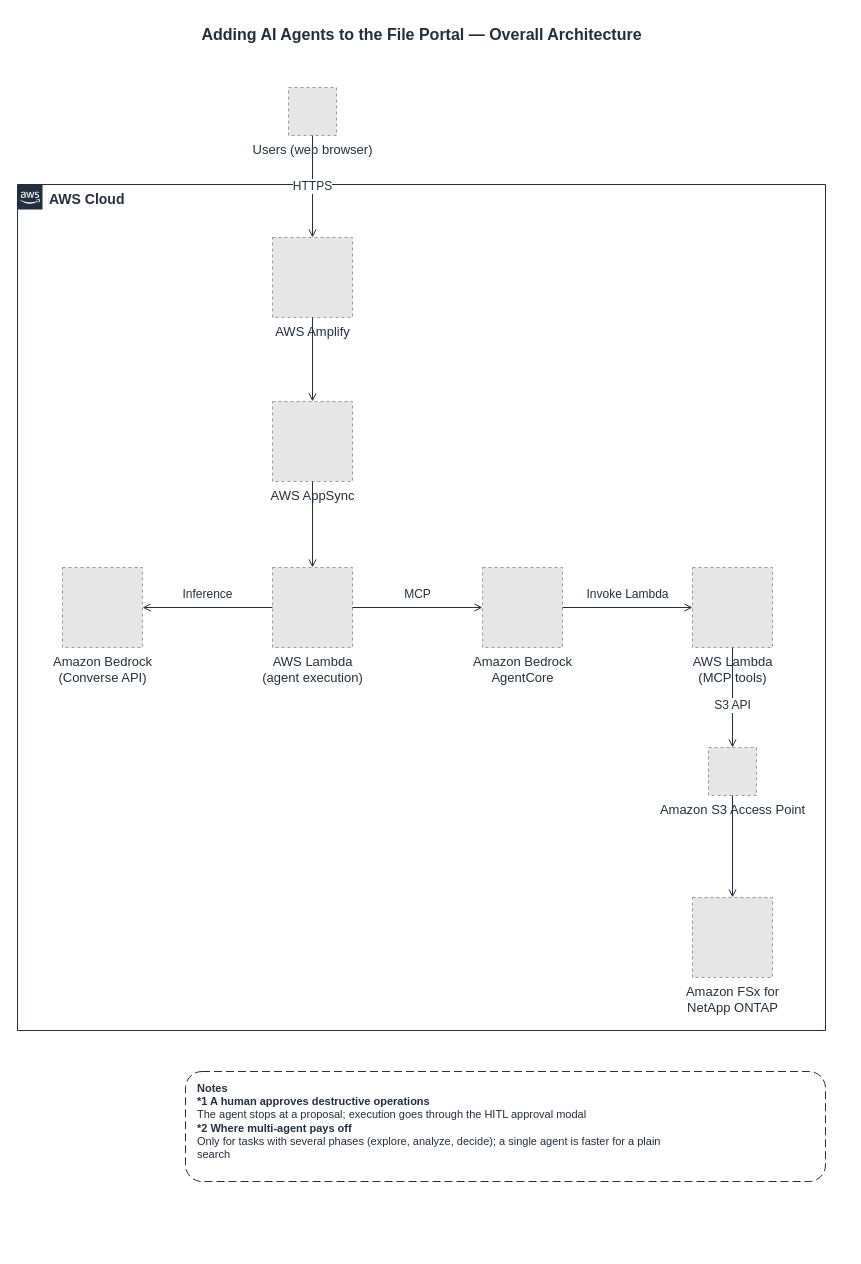
Earlier version of the draw.io diagram docs/diagrams/part3-ai-agent-overview-en.drawio (Yoshiki0705/FSx-for-ONTAP-S3AccessPoints-Serverless-Patterns). Source tidied: cells renumbered, new cells numbered last; positions are measured from the earlier drawing's top-left corner, leaving out a move shared by most shapes. Both pictures are drawn from the tidied source at 100%, with x=0, y=0 at pixel (17, 17). Pictures stored in the file or linked from it are replaced by grey dashed boxes.
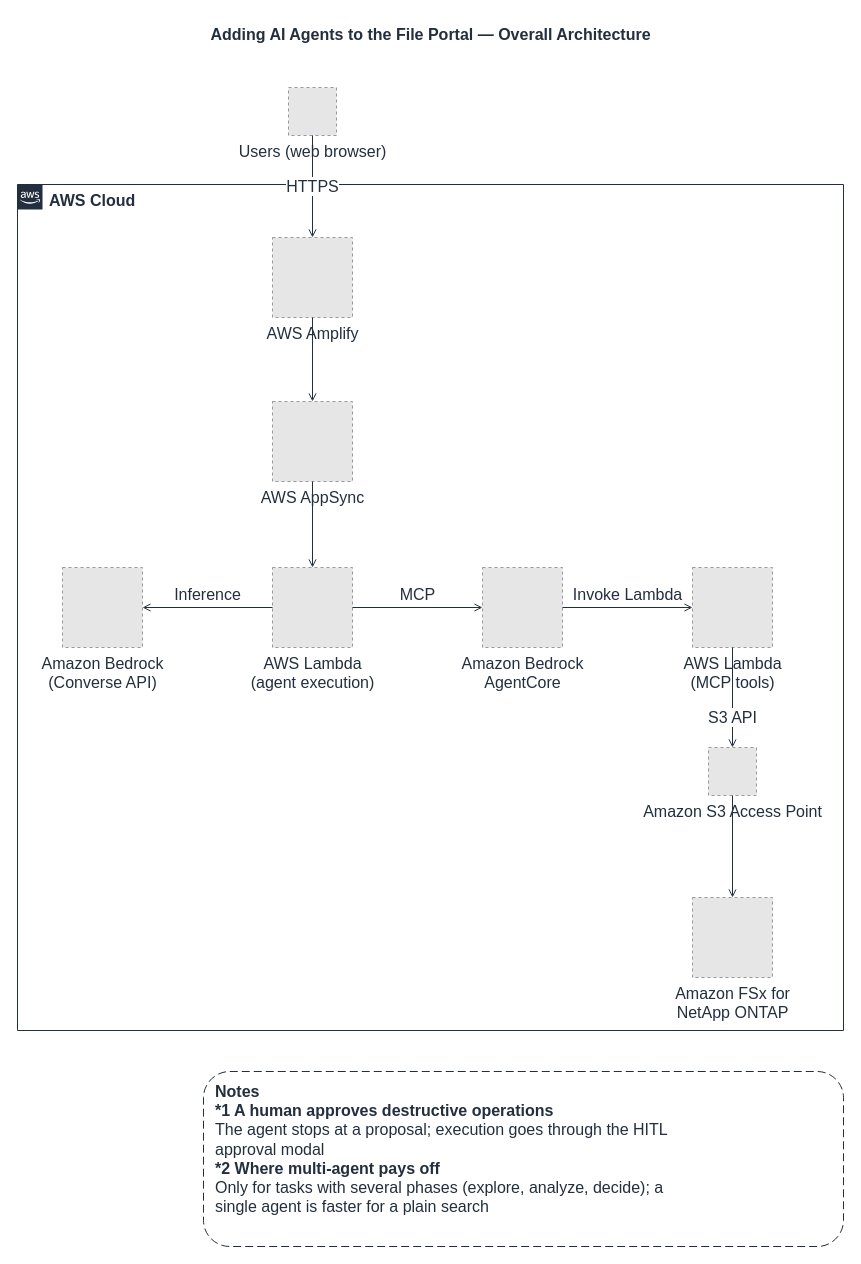
The same diagram, later.

Diff of the diagram source:
```diff
@@
     <mxCell id="2" value="Adding AI Agents to the File Portal — Overall Architecture" style="text;html=1;align=center;verticalAlign=middle;fontSize=16;fontStyle=1;fontColor=#232F3E;" parent="1" vertex="1">
-      <mxGeometry width="808" height="34" as="geometry" />
+      <mxGeometry width="826" height="34" as="geometry" />
     </mxCell>
-    <mxCell id="3" value="AWS Cloud" style="gradientColor=none;html=1;whiteSpace=wrap;fontSize=14;fontStyle=1;shape=mxgraph.aws4.group;grIcon=mxgraph.aws4.group_aws_cloud_alt;strokeColor=#232F3E;fillColor=none;verticalAlign=top;align=left;spacingLeft=30;fontColor=#232F3E;dashed=0;" parent="1" vertex="1">
-      <mxGeometry y="167" width="808" height="846" as="geometry" />
+    <mxCell id="3" value="AWS Cloud" style="gradientColor=none;html=1;whiteSpace=wrap;fontSize=16;fontStyle=1;shape=mxgraph.aws4.group;grIcon=mxgraph.aws4.group_aws_cloud_alt;strokeColor=#232F3E;fillColor=none;verticalAlign=top;align=left;spacingLeft=30;fontColor=#232F3E;dashed=0;" parent="1" vertex="1">
+      <mxGeometry y="167" width="826" height="846" as="geometry" />
     </mxCell>
-    <mxCell id="4" value="Users (web browser)" style="fillColor=#E6E6E6;strokeColor=#999999;dashed=1;html=1;verticalLabelPosition=bottom;verticalAlign=top;labelPosition=center;align=center;fontSize=13;fontColor=#232F3E;" parent="1" vertex="1">
+    <mxCell id="4" value="Users (web browser)" style="fillColor=#E6E6E6;strokeColor=#999999;dashed=1;html=1;verticalLabelPosition=bottom;verticalAlign=top;labelPosition=center;align=center;fontSize=16;fontColor=#232F3E;" parent="1" vertex="1">
       <mxGeometry x="271" y="70" width="48" height="48" as="geometry" />
     </mxCell>
-    <mxCell id="5" value="AWS Amplify" style="fillColor=#E6E6E6;strokeColor=#999999;dashed=1;html=1;verticalLabelPosition=bottom;verticalAlign=top;labelPosition=center;align=center;fontSize=13;fontColor=#232F3E;" parent="1" vertex="1">
+    <mxCell id="5" value="AWS Amplify" style="fillColor=#E6E6E6;strokeColor=#999999;dashed=1;html=1;verticalLabelPosition=bottom;verticalAlign=top;labelPosition=center;align=center;fontSize=16;fontColor=#232F3E;" parent="1" vertex="1">
       <mxGeometry x="255" y="220" width="80" height="80" as="geometry" />
     </mxCell>
-    <mxCell id="6" value="AWS AppSync" style="fillColor=#E6E6E6;strokeColor=#999999;dashed=1;html=1;verticalLabelPosition=bottom;verticalAlign=top;labelPosition=center;align=center;fontSize=13;fontColor=#232F3E;" parent="1" vertex="1">
+    <mxCell id="6" value="AWS AppSync" style="fillColor=#E6E6E6;strokeColor=#999999;dashed=1;html=1;verticalLabelPosition=bottom;verticalAlign=top;labelPosition=center;align=center;fontSize=16;fontColor=#232F3E;" parent="1" vertex="1">
       <mxGeometry x="255" y="384" width="80" height="80" as="geometry" />
     </mxCell>
-    <mxCell id="7" value="Amazon Bedrock&lt;br&gt;(Converse API)" style="fillColor=#E6E6E6;strokeColor=#999999;dashed=1;html=1;verticalLabelPosition=bottom;verticalAlign=top;labelPosition=center;align=center;fontSize=13;fontColor=#232F3E;" parent="1" vertex="1">
+    <mxCell id="7" value="Amazon Bedrock&lt;br&gt;(Converse API)" style="fillColor=#E6E6E6;strokeColor=#999999;dashed=1;html=1;verticalLabelPosition=bottom;verticalAlign=top;labelPosition=center;align=center;fontSize=16;fontColor=#232F3E;" parent="1" vertex="1">
       <mxGeometry x="45" y="550" width="80" height="80" as="geometry" />
     </mxCell>
-    <mxCell id="8" value="AWS Lambda&lt;br&gt;(agent execution)" style="fillColor=#E6E6E6;strokeColor=#999999;dashed=1;html=1;verticalLabelPosition=bottom;verticalAlign=top;labelPosition=center;align=center;fontSize=13;fontColor=#232F3E;" parent="1" vertex="1">
+    <mxCell id="8" value="AWS Lambda&lt;br&gt;(agent execution)" style="fillColor=#E6E6E6;strokeColor=#999999;dashed=1;html=1;verticalLabelPosition=bottom;verticalAlign=top;labelPosition=center;align=center;fontSize=16;fontColor=#232F3E;" parent="1" vertex="1">
       <mxGeometry x="255" y="550" width="80" height="80" as="geometry" />
     </mxCell>
-    <mxCell id="9" value="Amazon Bedrock&lt;br&gt;AgentCore" style="fillColor=#E6E6E6;strokeColor=#999999;dashed=1;html=1;verticalLabelPosition=bottom;verticalAlign=top;labelPosition=center;align=center;fontSize=13;fontColor=#232F3E;" parent="1" vertex="1">
+    <mxCell id="9" value="Amazon Bedrock&lt;br&gt;AgentCore" style="fillColor=#E6E6E6;strokeColor=#999999;dashed=1;html=1;verticalLabelPosition=bottom;verticalAlign=top;labelPosition=center;align=center;fontSize=16;fontColor=#232F3E;" parent="1" vertex="1">
       <mxGeometry x="465" y="550" width="80" height="80" as="geometry" />
     </mxCell>
-    <mxCell id="10" value="AWS Lambda&lt;br&gt;(MCP tools)" style="fillColor=#E6E6E6;strokeColor=#999999;dashed=1;html=1;verticalLabelPosition=bottom;verticalAlign=top;labelPosition=center;align=center;fontSize=13;fontColor=#232F3E;" parent="1" vertex="1">
+    <mxCell id="10" value="AWS Lambda&lt;br&gt;(MCP tools)" style="fillColor=#E6E6E6;strokeColor=#999999;dashed=1;html=1;verticalLabelPosition=bottom;verticalAlign=top;labelPosition=center;align=center;fontSize=16;fontColor=#232F3E;" parent="1" vertex="1">
       <mxGeometry x="675" y="550" width="80" height="80" as="geometry" />
     </mxCell>
-    <mxCell id="11" value="Amazon S3 Access Point" style="fillColor=#E6E6E6;strokeColor=#999999;dashed=1;html=1;verticalLabelPosition=bottom;verticalAlign=top;labelPosition=center;align=center;fontSize=13;fontColor=#232F3E;" parent="1" vertex="1">
+    <mxCell id="11" value="Amazon S3 Access Point" style="fillColor=#E6E6E6;strokeColor=#999999;dashed=1;html=1;verticalLabelPosition=bottom;verticalAlign=top;labelPosition=center;align=center;fontSize=16;fontColor=#232F3E;" parent="1" vertex="1">
       <mxGeometry x="691" y="730" width="48" height="48" as="geometry" />
     </mxCell>
-    <mxCell id="12" value="Amazon FSx for&lt;br&gt;NetApp ONTAP" style="fillColor=#E6E6E6;strokeColor=#999999;dashed=1;html=1;verticalLabelPosition=bottom;verticalAlign=top;labelPosition=center;align=center;fontSize=13;fontColor=#232F3E;" parent="1" vertex="1">
+    <mxCell id="12" value="Amazon FSx for&lt;br&gt;NetApp ONTAP" style="fillColor=#E6E6E6;strokeColor=#999999;dashed=1;html=1;verticalLabelPosition=bottom;verticalAlign=top;labelPosition=center;align=center;fontSize=16;fontColor=#232F3E;" parent="1" vertex="1">
       <mxGeometry x="675" y="880" width="80" height="80" as="geometry" />
     </mxCell>
-    <mxCell id="13" value="HTTPS" style="edgeStyle=orthogonalEdgeStyle;rounded=0;jettySize=auto;html=1;endArrow=open;endFill=0;strokeColor=#232F3E;strokeWidth=1;fontSize=12;fontColor=#232F3E;labelBackgroundColor=#ffffff;" parent="1" edge="1" source="4" target="5">
+    <mxCell id="13" value="HTTPS" style="edgeStyle=orthogonalEdgeStyle;rounded=0;jettySize=auto;html=1;endArrow=open;endFill=0;strokeColor=#232F3E;strokeWidth=1;fontSize=16;fontColor=#232F3E;labelBackgroundColor=#ffffff;" parent="1" edge="1" source="4" target="5">
       <mxGeometry relative="1" as="geometry" />
     </mxCell>
-    <mxCell id="14" style="edgeStyle=orthogonalEdgeStyle;rounded=0;jettySize=auto;html=1;endArrow=open;endFill=0;strokeColor=#232F3E;strokeWidth=1;fontSize=12;fontColor=#232F3E;labelBackgroundColor=#ffffff;" parent="1" edge="1" source="5" target="6">
+    <mxCell id="14" style="edgeStyle=orthogonalEdgeStyle;rounded=0;jettySize=auto;html=1;endArrow=open;endFill=0;strokeColor=#232F3E;strokeWidth=1;fontSize=16;fontColor=#232F3E;labelBackgroundColor=#ffffff;" parent="1" edge="1" source="5" target="6">
       <mxGeometry relative="1" as="geometry" />
     </mxCell>
-    <mxCell id="15" style="edgeStyle=orthogonalEdgeStyle;rounded=0;jettySize=auto;html=1;endArrow=open;endFill=0;strokeColor=#232F3E;strokeWidth=1;fontSize=12;fontColor=#232F3E;labelBackgroundColor=#ffffff;" parent="1" edge="1" source="6" target="8">
+    <mxCell id="15" style="edgeStyle=orthogonalEdgeStyle;rounded=0;jettySize=auto;html=1;endArrow=open;endFill=0;strokeColor=#232F3E;strokeWidth=1;fontSize=16;fontColor=#232F3E;labelBackgroundColor=#ffffff;" parent="1" edge="1" source="6" target="8">
       <mxGeometry relative="1" as="geometry" />
     </mxCell>
-    <mxCell id="16" value="Inference" style="edgeStyle=orthogonalEdgeStyle;rounded=0;jettySize=auto;html=1;endArrow=open;endFill=0;strokeColor=#232F3E;strokeWidth=1;fontSize=12;fontColor=#232F3E;labelBackgroundColor=#ffffff;" parent="1" edge="1" source="8" target="7">
+    <mxCell id="16" value="Inference" style="edgeStyle=orthogonalEdgeStyle;rounded=0;jettySize=auto;html=1;endArrow=open;endFill=0;strokeColor=#232F3E;strokeWidth=1;fontSize=16;fontColor=#232F3E;labelBackgroundColor=#ffffff;" parent="1" edge="1" source="8" target="7">
       <mxGeometry relative="1" as="geometry">
         <mxPoint y="-13" as="offset" />
       </mxGeometry>
     </mxCell>
-    <mxCell id="17" value="MCP" style="edgeStyle=orthogonalEdgeStyle;rounded=0;jettySize=auto;html=1;endArrow=open;endFill=0;strokeColor=#232F3E;strokeWidth=1;fontSize=12;fontColor=#232F3E;labelBackgroundColor=#ffffff;" parent="1" edge="1" source="8" target="9">
+    <mxCell id="17" value="MCP" style="edgeStyle=orthogonalEdgeStyle;rounded=0;jettySize=auto;html=1;endArrow=open;endFill=0;strokeColor=#232F3E;strokeWidth=1;fontSize=16;fontColor=#232F3E;labelBackgroundColor=#ffffff;" parent="1" edge="1" source="8" target="9">
       <mxGeometry relative="1" as="geometry">
         <mxPoint y="-13" as="offset" />
       </mxGeometry>
     </mxCell>
-    <mxCell id="18" value="Invoke Lambda" style="edgeStyle=orthogonalEdgeStyle;rounded=0;jettySize=auto;html=1;endArrow=open;endFill=0;strokeColor=#232F3E;strokeWidth=1;fontSize=12;fontColor=#232F3E;labelBackgroundColor=#ffffff;" parent="1" edge="1" source="9" target="10">
+    <mxCell id="18" value="Invoke Lambda" style="edgeStyle=orthogonalEdgeStyle;rounded=0;jettySize=auto;html=1;endArrow=open;endFill=0;strokeColor=#232F3E;strokeWidth=1;fontSize=16;fontColor=#232F3E;labelBackgroundColor=#ffffff;" parent="1" edge="1" source="9" target="10">
       <mxGeometry relative="1" as="geometry">
         <mxPoint y="-13" as="offset" />
       </mxGeometry>
     </mxCell>
-    <mxCell id="19" value="S3 API" style="edgeStyle=orthogonalEdgeStyle;rounded=0;jettySize=auto;html=1;endArrow=open;endFill=0;strokeColor=#232F3E;strokeWidth=1;fontSize=12;fontColor=#232F3E;labelBackgroundColor=#ffffff;" parent="1" edge="1" source="10" target="11">
+    <mxCell id="19" value="S3 API" style="edgeStyle=orthogonalEdgeStyle;rounded=0;jettySize=auto;html=1;endArrow=open;endFill=0;strokeColor=#232F3E;strokeWidth=1;fontSize=16;fontColor=#232F3E;labelBackgroundColor=#ffffff;" parent="1" edge="1" source="10" target="11">
       <mxGeometry relative="1" as="geometry">
-        <mxPoint y="8" as="offset" />
+        <mxPoint y="20" as="offset" />
       </mxGeometry>
     </mxCell>
-    <mxCell id="20" style="edgeStyle=orthogonalEdgeStyle;rounded=0;jettySize=auto;html=1;endArrow=open;endFill=0;strokeColor=#232F3E;strokeWidth=1;fontSize=12;fontColor=#232F3E;labelBackgroundColor=#ffffff;" parent="1" edge="1" source="11" target="12">
+    <mxCell id="20" style="edgeStyle=orthogonalEdgeStyle;rounded=0;jettySize=auto;html=1;endArrow=open;endFill=0;strokeColor=#232F3E;strokeWidth=1;fontSize=16;fontColor=#232F3E;labelBackgroundColor=#ffffff;" parent="1" edge="1" source="11" target="12">
       <mxGeometry relative="1" as="geometry" />
     </mxCell>
-    <mxCell id="21" value="&lt;b&gt;Notes&lt;/b&gt;&lt;br&gt;&lt;b&gt;*1 A human approves destructive operations&lt;/b&gt;&lt;br&gt;The agent stops at a proposal; execution goes through the HITL approval modal&lt;br&gt;&lt;b&gt;*2 Where multi-agent pays off&lt;/b&gt;&lt;br&gt;Only for tasks with several phases (explore, analyze, decide); a single agent is faster for a plain&lt;br&gt;search" style="rounded=1;whiteSpace=wrap;html=1;dashed=1;dashPattern=8 4;strokeColor=#232F3E;fillColor=#FFFFFF;align=left;verticalAlign=top;spacingLeft=10;spacingTop=4;fontSize=11;fontColor=#232F3E;" parent="1" vertex="1">
-      <mxGeometry x="168" y="1054" width="640" height="110" as="geometry" />
+    <mxCell id="21" value="&lt;b&gt;Notes&lt;/b&gt;&lt;br&gt;&lt;b&gt;*1 A human approves destructive operations&lt;/b&gt;&lt;br&gt;The agent stops at a proposal; execution goes through the HITL&lt;br&gt;approval modal&lt;br&gt;&lt;b&gt;*2 Where multi-agent pays off&lt;/b&gt;&lt;br&gt;Only for tasks with several phases (explore, analyze, decide); a&lt;br&gt;single agent is faster for a plain search" style="rounded=1;whiteSpace=wrap;html=1;dashed=1;dashPattern=8 4;strokeColor=#232F3E;fillColor=#FFFFFF;align=left;verticalAlign=top;spacingLeft=10;spacingTop=4;fontSize=16;fontColor=#232F3E;" parent="1" vertex="1">
+      <mxGeometry x="186" y="1054" width="640" height="175" as="geometry" />
     </mxCell>
```
